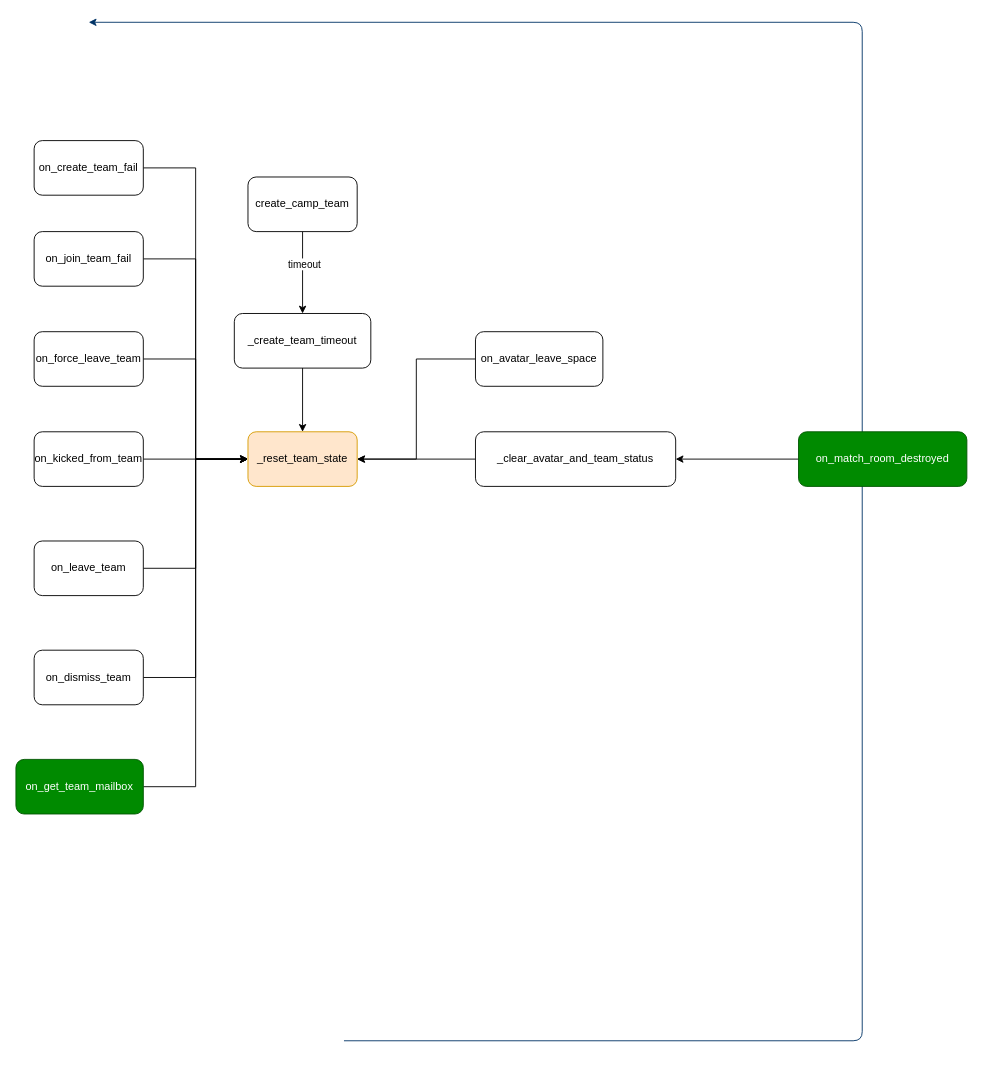
This is 队伍状态.drawio from Jacob0407/Diagram, a draw.io file, before an edit. Source tidied: cells renumbered, new cells numbered last; positions are measured from the earlier drawing's top-left corner, leaving out a move shared by most shapes. Both pictures are drawn from the tidied source at 91%, with x=0, y=0 at pixel (15, 22).
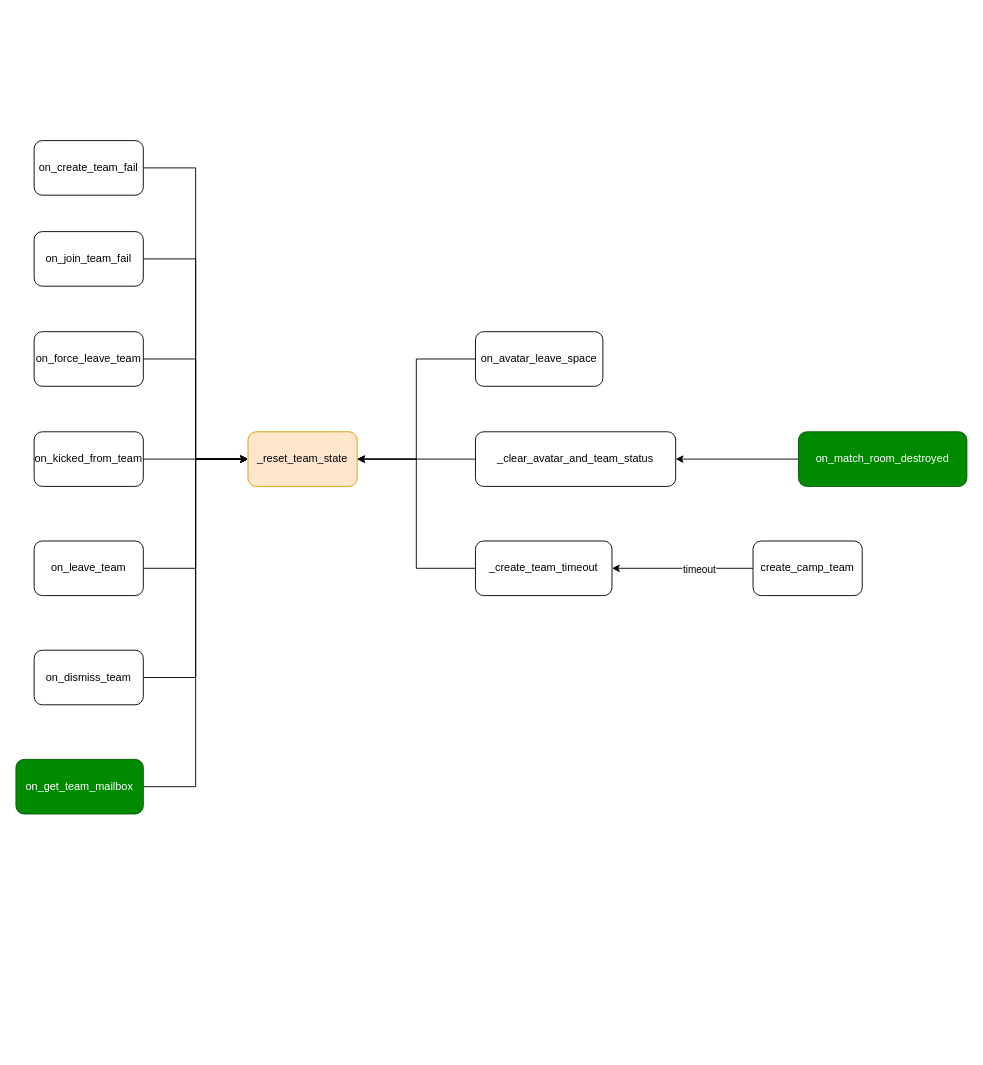
The same page after the edit.

Unchanged cells that the change refers to:
```xml
<mxCell id="3" value="_reset_team_state" style="rounded=1;whiteSpace=wrap;html=1;fillColor=#ffe6cc;strokeColor=#d79b00;" parent="1" vertex="1">
  <mxGeometry x="255" y="450" width="120" height="60" as="geometry" />
</mxCell>
```

The edit, as a diff of the source:
```diff
@@
-    <mxCell id="2" style="edgeStyle=elbowEdgeStyle;elbow=horizontal;exitX=1;exitY=0.5;exitPerimeter=0;entryX=0.905;entryY=0.5;entryPerimeter=0;fontStyle=1;strokeColor=#003366;strokeWidth=1;html=1;" parent="1" edge="1">
-      <mxGeometry as="geometry">
-        <mxPoint x="360.5" y="1119.2" as="sourcePoint" />
-        <mxPoint x="80" as="targetPoint" />
-        <Array as="points">
-          <mxPoint x="930" y="1320" />
-        </Array>
-      </mxGeometry>
-    </mxCell>
@@
-    <mxCell id="4" style="edgeStyle=orthogonalEdgeStyle;rounded=0;jettySize=auto;html=1;exitX=0.5;exitY=1;exitDx=0;exitDy=0;entryX=0.5;entryY=0;entryDx=0;entryDy=0;" parent="1" edge="1" source="5" target="3">
+    <mxCell id="4" style="edgeStyle=orthogonalEdgeStyle;rounded=0;jettySize=auto;html=1;entryX=1;entryY=0.5;entryDx=0;entryDy=0;" parent="1" edge="1" source="5" target="3">
       <mxGeometry relative="1" as="geometry" />
     </mxCell>
     <mxCell id="5" value="_create_team_timeout" style="rounded=1;whiteSpace=wrap;html=1;" parent="1" vertex="1">
-      <mxGeometry x="240" y="320" width="150" height="60" as="geometry" />
+      <mxGeometry x="505" y="570" width="150" height="60" as="geometry" />
     </mxCell>
-    <mxCell id="6" style="edgeStyle=orthogonalEdgeStyle;rounded=0;jettySize=auto;html=1;entryX=0.5;entryY=0;entryDx=0;entryDy=0;" parent="1" edge="1" source="8" target="5">
+    <mxCell id="6" style="edgeStyle=orthogonalEdgeStyle;rounded=0;jettySize=auto;html=1;entryX=1;entryY=0.5;entryDx=0;entryDy=0;" parent="1" edge="1" source="8" target="5">
       <mxGeometry relative="1" as="geometry" />
     </mxCell>
@@
     <mxCell id="8" value="create_camp_team" style="rounded=1;whiteSpace=wrap;html=1;" parent="1" vertex="1">
-      <mxGeometry x="255" y="170" width="120" height="60" as="geometry" />
+      <mxGeometry x="810" y="570" width="120" height="60" as="geometry" />
     </mxCell>
```
